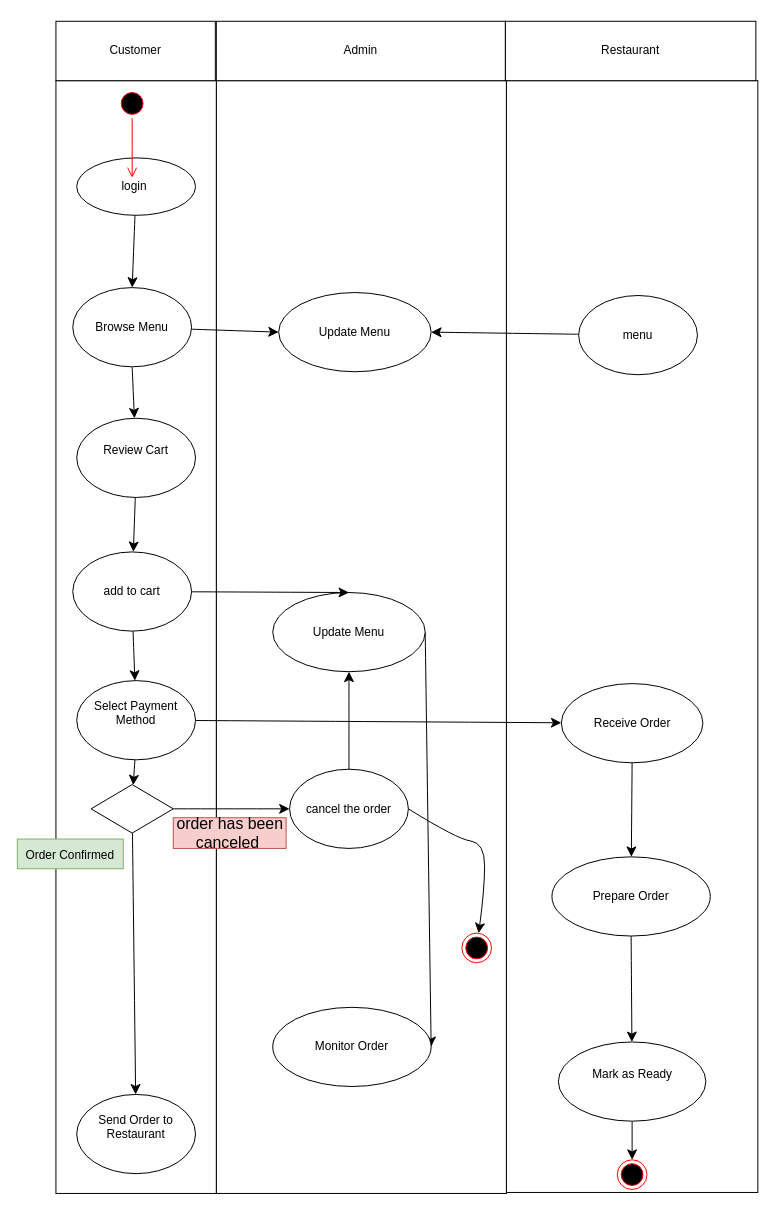
The draw.io diagram page "Page-2" (2 of 2) of food_hub.drawio in Enamya1/delivery_hub, before the edit. Source tidied: cells renumbered, new cells numbered last; positions are measured from the earlier drawing's top-left corner, leaving out a move shared by most shapes. Both pictures are drawn from the tidied source at 99%, with x=0, y=0 at pixel (17, 21).
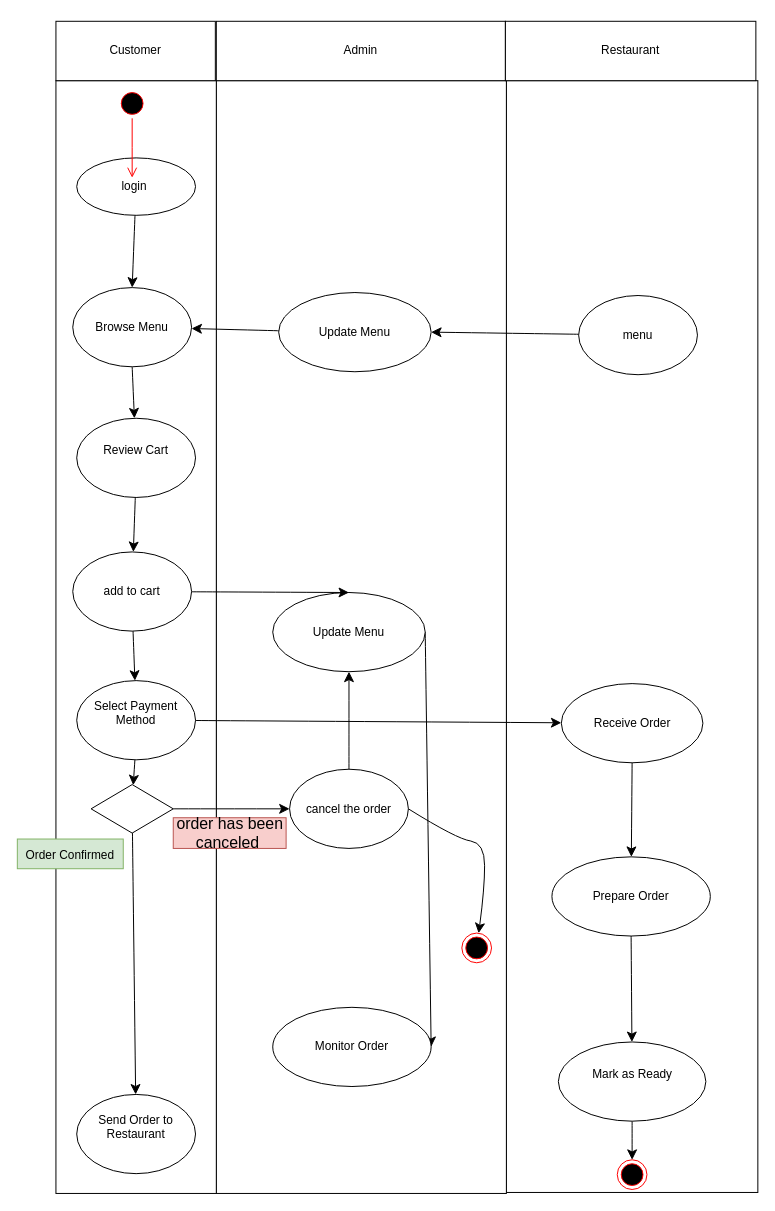
The same page after the edit.

The change refers to these unchanged cells:
```xml
<mxCell id="9" value="Browse Menu" style="ellipse;whiteSpace=wrap;html=1;" parent="1" vertex="1">
  <mxGeometry x="56" y="269" width="120" height="80" as="geometry" />
</mxCell>
<mxCell id="48" value="Update Menu" style="ellipse;whiteSpace=wrap;html=1;" parent="1" vertex="1">
  <mxGeometry x="264" y="274" width="154" height="80" as="geometry" />
</mxCell>
```

What changed in the source:
```diff
@@
-    <mxCell id="8" style="edgeStyle=none;curved=1;rounded=0;jettySize=auto;html=1;entryX=0;entryY=0.5;entryDx=0;entryDy=0;fontSize=12;startSize=8;endSize=8;" parent="1" edge="1" source="9" target="48">
-      <mxGeometry relative="1" as="geometry" />
-    </mxCell>
@@
+    <mxCell id="49" style="edgeStyle=none;curved=1;rounded=0;jettySize=auto;html=1;fontSize=12;startSize=8;endSize=8;" parent="1" edge="1" source="48" target="9">
+      <mxGeometry relative="1" as="geometry" />
+    </mxCell>
```
